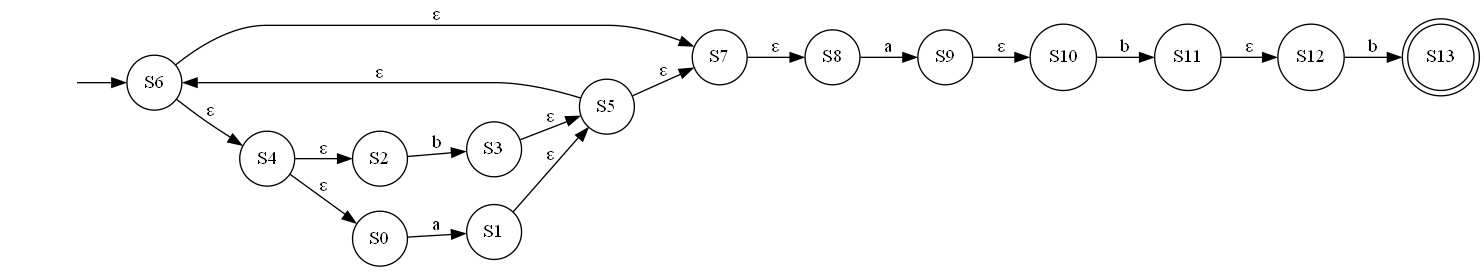
Above: NFA.gv.png in youssefhassan01/Compilers_Assignment (Graphviz), before the change. Its source is kept beside it as NFA.gv.
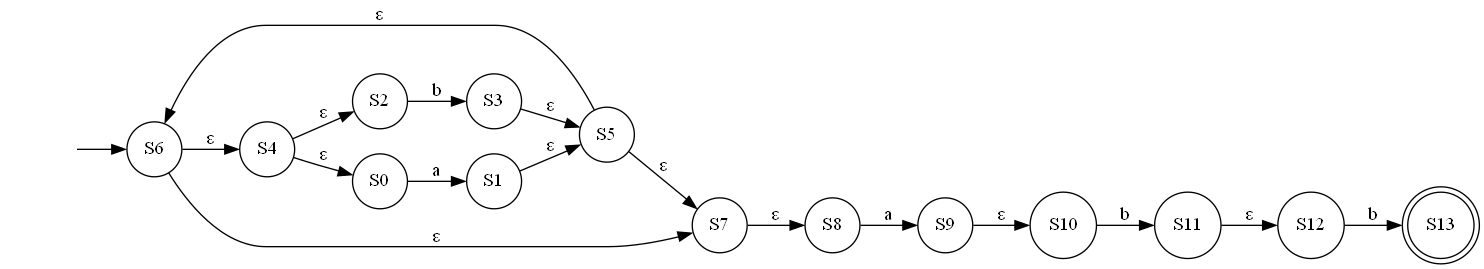
The same diagram one commit later.

What changed in the source:
```diff
@@ -2,19 +2,19 @@
 	graph [rankdir=LR]
 	"" [label="" shape=plaintext]
 	S13 [label=S13 shape=doublecircle]
+	S2 [label=S2 shape=circle]
+	S1 [label=S1 shape=circle]
+	S6 [label=S6 shape=circle]
+	S12 [label=S12 shape=circle]
+	S4 [label=S4 shape=circle]
+	S8 [label=S8 shape=circle]
+	S7 [label=S7 shape=circle]
+	S10 [label=S10 shape=circle]
+	S5 [label=S5 shape=circle]
+	S11 [label=S11 shape=circle]
 	S0 [label=S0 shape=circle]
-	S12 [label=S12 shape=circle]
-	S1 [label=S1 shape=circle]
-	S7 [label=S7 shape=circle]
-	S2 [label=S2 shape=circle]
+	S3 [label=S3 shape=circle]
 	S9 [label=S9 shape=circle]
-	S4 [label=S4 shape=circle]
-	S11 [label=S11 shape=circle]
-	S5 [label=S5 shape=circle]
-	S8 [label=S8 shape=circle]
-	S10 [label=S10 shape=circle]
-	S3 [label=S3 shape=circle]
-	S6 [label=S6 shape=circle]
 	"" -> S6 [label=""]
 	S0 -> S1 [label=a]
 	S1 -> S5 [label="ε"]
@@ -22,8 +22,8 @@
 	S3 -> S5 [label="ε"]
 	S4 -> S0 [label="ε"]
 	S4 -> S2 [label="ε"]
+	S5 -> S6 [label="ε"]
 	S5 -> S7 [label="ε"]
-	S5 -> S6 [label="ε"]
 	S6 -> S7 [label="ε"]
 	S6 -> S4 [label="ε"]
 	S7 -> S8 [label="ε"]
```
